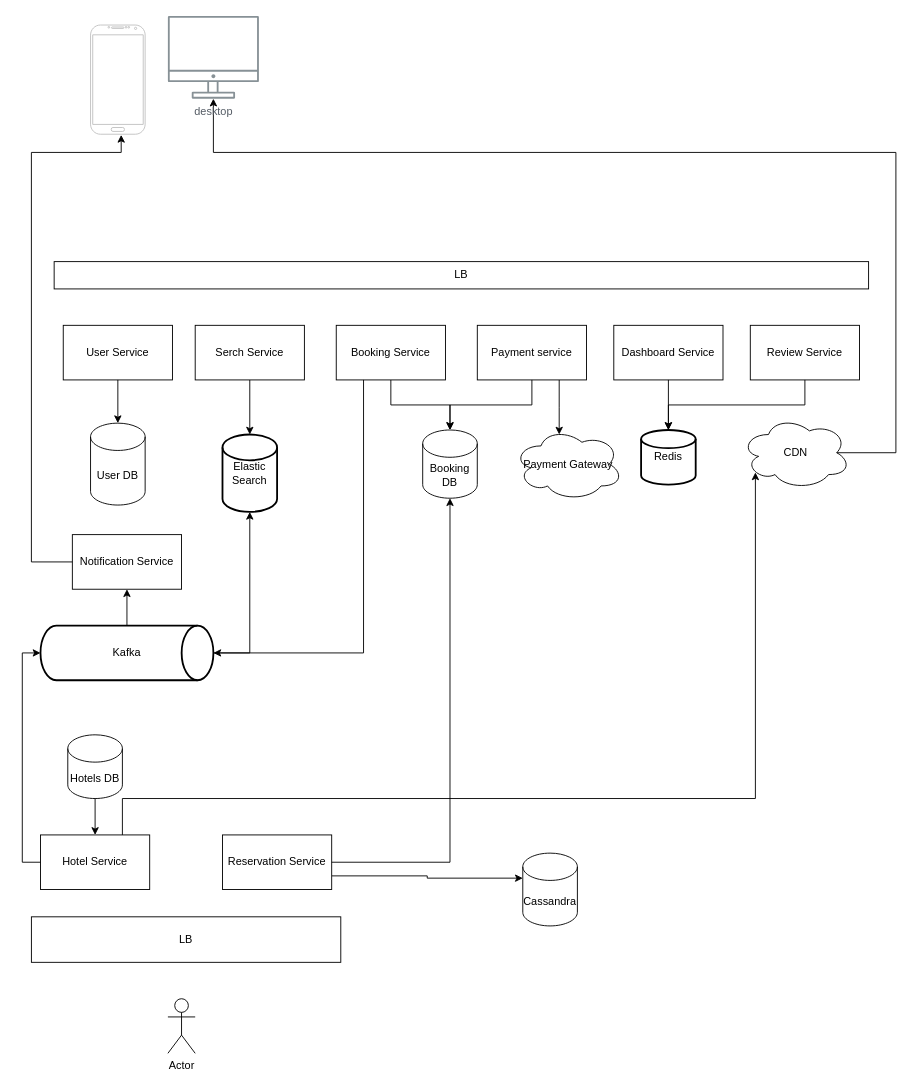
Before: hotel_booking.drawio in vrubal/system-design, a draw.io diagram. Source tidied: cells renumbered, new cells numbered last; positions are measured from the earlier drawing's top-left corner, leaving out a move shared by most shapes. Both pictures are drawn from the tidied source at 91%, with x=0, y=0 at pixel (31, 15).
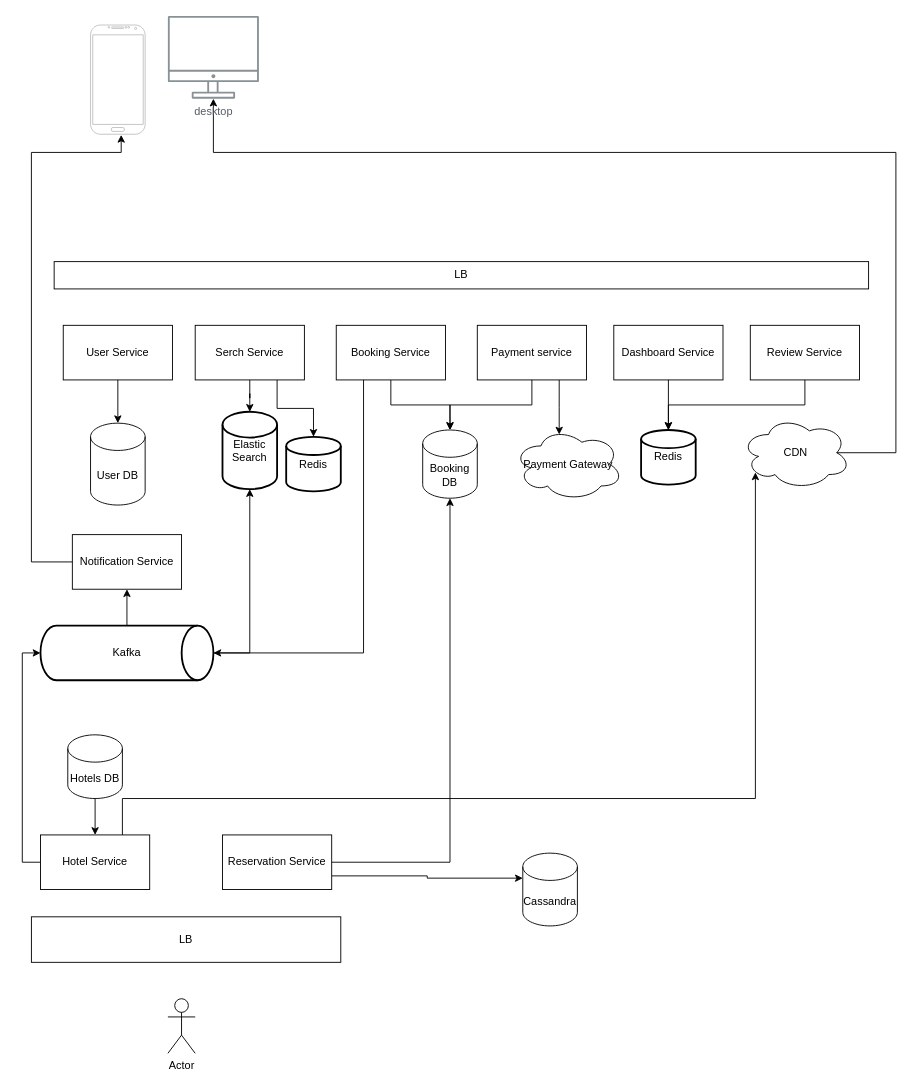
The same page after the edit.

Unchanged cells that the change refers to:
```xml
<mxCell id="13" value="Serch Service" style="rounded=0;whiteSpace=wrap;html=1;" parent="1" vertex="1">
  <mxGeometry x="180" y="340" width="120" height="60" as="geometry" />
</mxCell>
```

The edit, as a diff of the source:
```diff
@@
+    <mxCell id="42" style="edgeStyle=orthogonalEdgeStyle;rounded=0;jettySize=auto;html=1;exitX=0.75;exitY=1;exitDx=0;exitDy=0;" parent="1" edge="1" source="13" target="43">
+      <mxGeometry relative="1" as="geometry" />
+    </mxCell>
@@
     <mxCell id="24" value="Elastic Search" style="strokeWidth=2;html=1;shape=mxgraph.flowchart.database;whiteSpace=wrap;" parent="1" vertex="1">
-      <mxGeometry x="210" y="460" width="60" height="85" as="geometry" />
+      <mxGeometry x="210" y="435" width="60" height="85" as="geometry" />
     </mxCell>
@@
+    <mxCell id="43" value="Redis" style="strokeWidth=2;html=1;shape=mxgraph.flowchart.database;whiteSpace=wrap;" parent="1" vertex="1">
+      <mxGeometry x="280" y="462.5" width="60" height="60" as="geometry" />
+    </mxCell>
```
